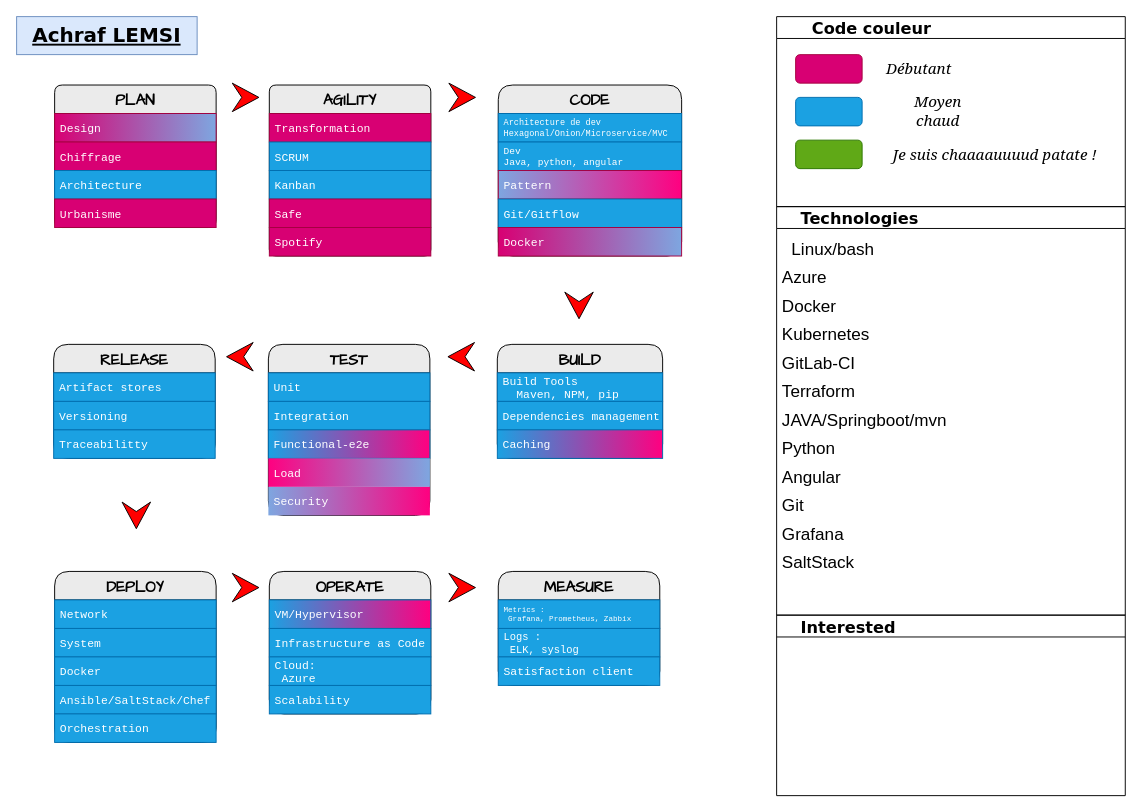
Above: skills.drawio in teolia/TeoSchool_skills (draw.io), before the change. Source tidied: cells renumbered, new cells numbered last; positions are measured from the earlier drawing's top-left corner, leaving out a move shared by most shapes. Both pictures are drawn from the tidied source at 95%, with x=0, y=0 at pixel (16, 16).
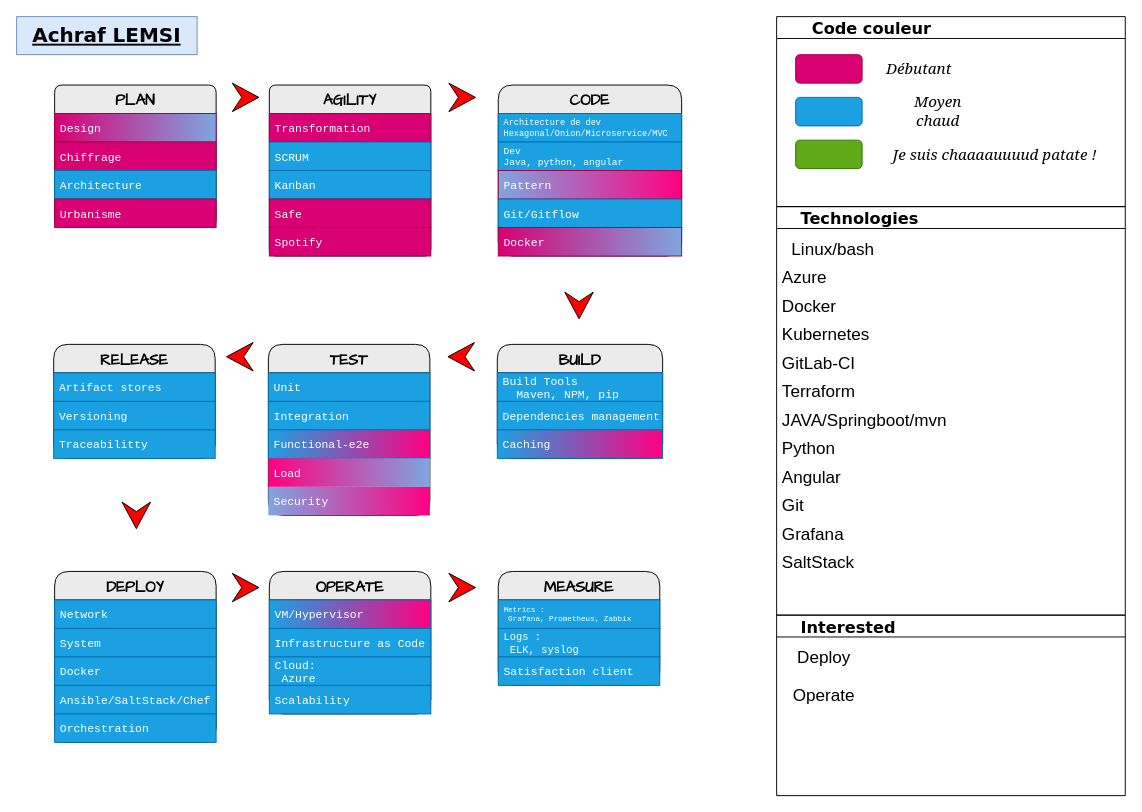
Above is the later version.

The change refers to these unchanged cells:
```xml
<mxCell id="78" value="    Interested" style="swimlane;rounded=0;labelBackgroundColor=none;sketch=0;fontFamily=Verdana;fontSize=17;fontColor=#000000;fillColor=none;align=left;" parent="1" vertex="1">
  <mxGeometry x="800" y="630" width="367" height="190" as="geometry" />
</mxCell>
```

Change to the diagram source:
```diff
@@
+    <mxCell id="79" value="Deploy" style="text;html=1;strokeColor=none;fillColor=none;align=center;verticalAlign=middle;whiteSpace=wrap;rounded=0;fontSize=18;fontColor=#000000;" parent="78" vertex="1">
+      <mxGeometry x="20" y="30" width="60" height="30" as="geometry" />
+    </mxCell>
+    <mxCell id="80" value="Operate" style="text;html=1;strokeColor=none;fillColor=none;align=center;verticalAlign=middle;whiteSpace=wrap;rounded=0;fontSize=18;fontColor=#000000;" parent="78" vertex="1">
+      <mxGeometry x="20" y="70" width="60" height="30" as="geometry" />
+    </mxCell>
```
